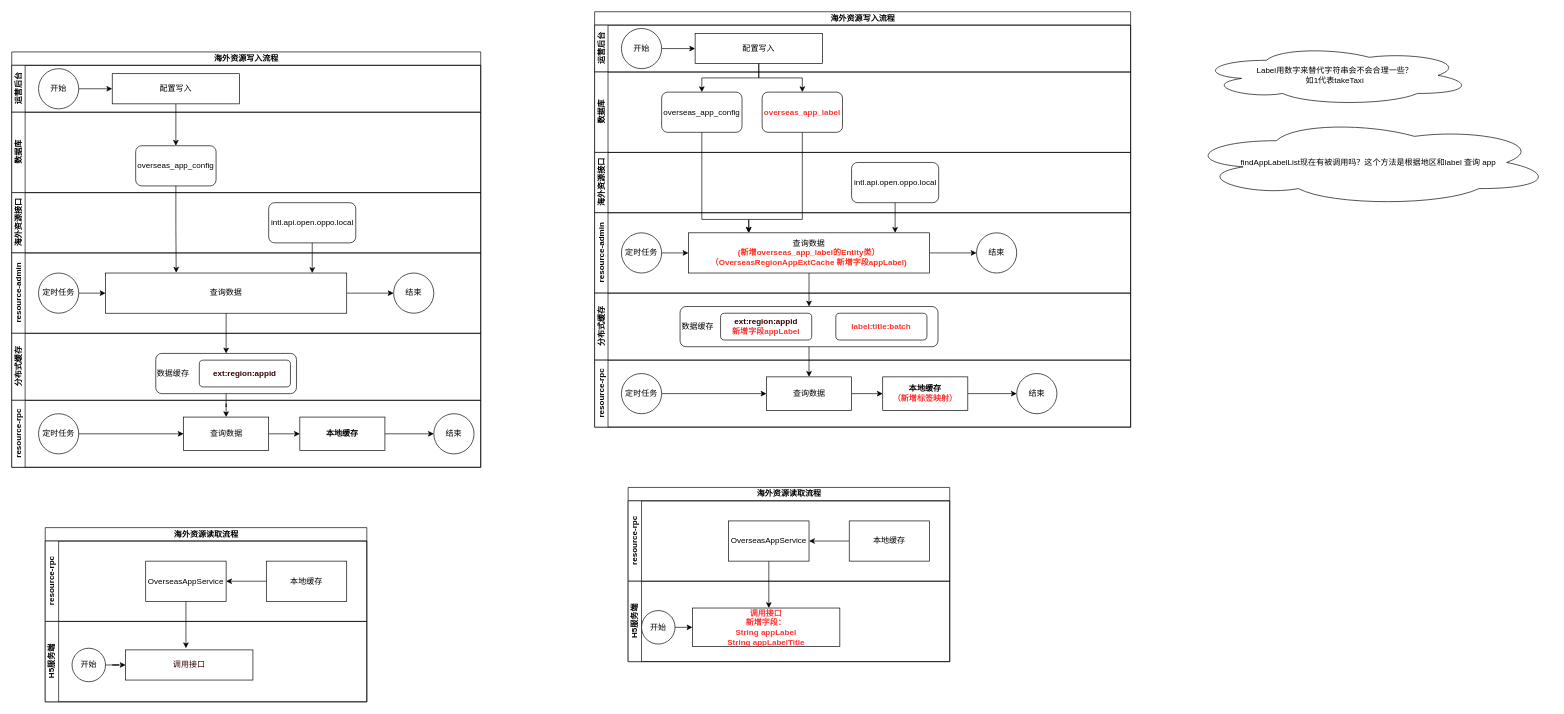
Earlier version of the draw.io diagram overseas.drawio (ETHAN0430/draw.io.repo). Source tidied: cells renumbered, new cells numbered last; positions are measured from the earlier drawing's top-left corner, leaving out a move shared by most shapes. Both pictures are drawn from the tidied source at 67%, with x=0, y=0 at pixel (11, 11).
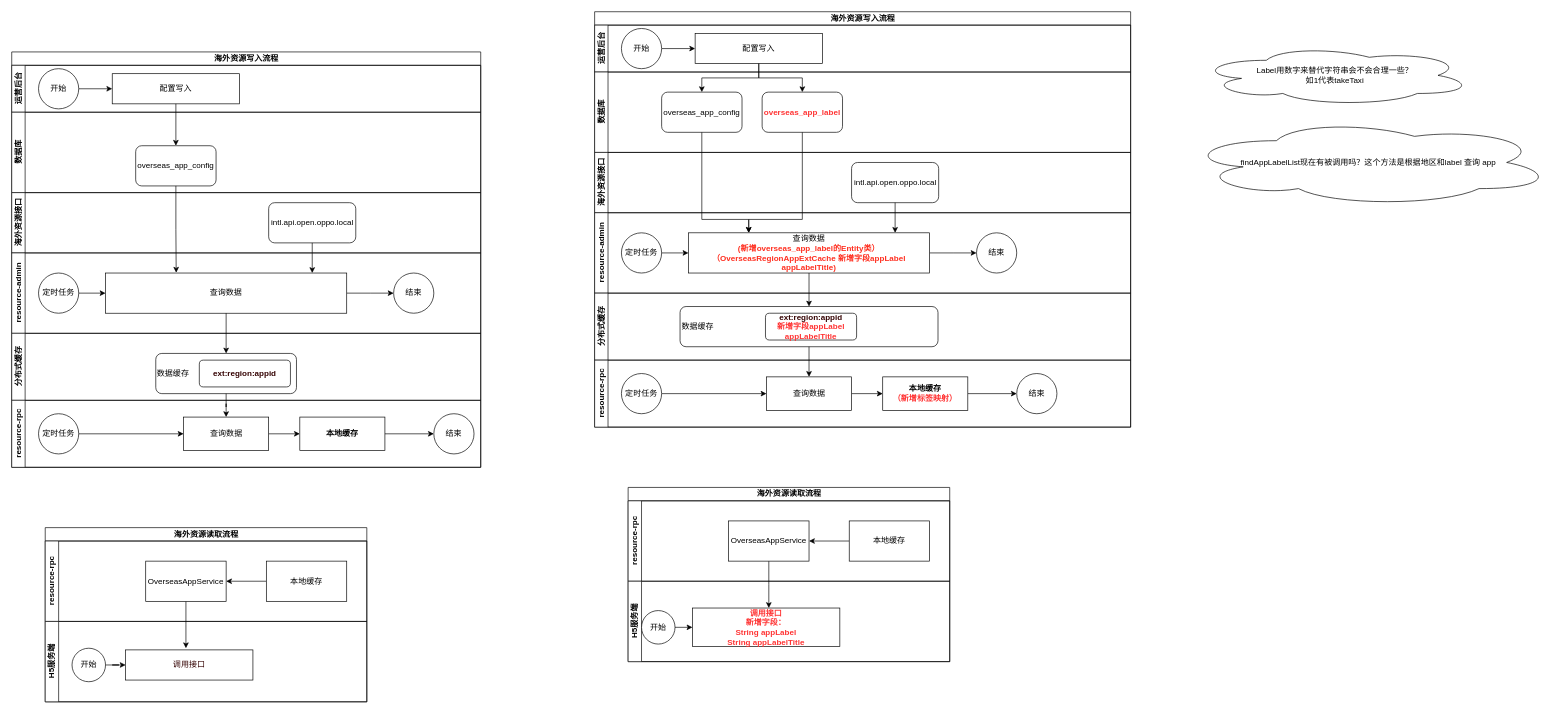
After the change.

The change refers to these unchanged cells:
```xml
<mxCell id="12" value="resource-admin" style="swimlane;startSize=20;horizontal=0;html=1;" parent="2" vertex="1">
  <mxGeometry y="300" width="800" height="120" as="geometry" />
</mxCell>
<mxCell id="18" value="分布式缓存" style="swimlane;startSize=20;horizontal=0;html=1;" parent="2" vertex="1">
  <mxGeometry y="420" width="800" height="100" as="geometry" />
</mxCell>
```

Diff of the diagram source:
```diff
@@
-    <mxCell id="16" value="查询数据&lt;br&gt;&lt;font color=&quot;#ff2e1f&quot;&gt;&lt;b&gt;(新增overseas_app_label的Entity类）&lt;br style=&quot;border-color: var(--border-color);&quot;&gt;（OverseasRegionAppExtCache 新增字段appLabel)&lt;/b&gt;&lt;/font&gt;" style="whiteSpace=wrap;html=1;" parent="12" vertex="1">
+    <mxCell id="16" value="查询数据&lt;br&gt;&lt;font color=&quot;#ff2e1f&quot;&gt;&lt;b&gt;(新增overseas_app_label的Entity类）&lt;br style=&quot;border-color: var(--border-color);&quot;&gt;（OverseasRegionAppExtCache 新增字段appLabel appLabelTitle)&lt;/b&gt;&lt;/font&gt;" style="whiteSpace=wrap;html=1;" parent="12" vertex="1">
       <mxGeometry x="140" y="30" width="360" height="60" as="geometry" />
     </mxCell>
@@
-    <mxCell id="20" value="&lt;b&gt;&lt;font color=&quot;#ff3333&quot;&gt;label:title:batch&lt;/font&gt;&lt;/b&gt;" style="rounded=1;whiteSpace=wrap;html=1;" parent="18" vertex="1">
-      <mxGeometry x="360" y="30" width="136" height="40" as="geometry" />
-    </mxCell>
-    <mxCell id="21" value="&lt;b&gt;&lt;font color=&quot;#330000&quot;&gt;ext:region:appid&lt;/font&gt;&lt;br&gt;&lt;font color=&quot;#ff3333&quot;&gt;新增字段appLabel&lt;/font&gt;&lt;br&gt;&lt;/b&gt;" style="rounded=1;whiteSpace=wrap;html=1;" parent="18" vertex="1">
-      <mxGeometry x="188" y="30" width="136" height="40" as="geometry" />
+    <mxCell id="21" value="&lt;b&gt;&lt;font color=&quot;#330000&quot;&gt;ext:region:appid&lt;/font&gt;&lt;br&gt;&lt;font color=&quot;#ff3333&quot;&gt;新增字段appLabel appLabelTitle&lt;/font&gt;&lt;br&gt;&lt;/b&gt;" style="rounded=1;whiteSpace=wrap;html=1;" parent="18" vertex="1">
+      <mxGeometry x="255" y="30" width="136" height="40" as="geometry" />
     </mxCell>
```
